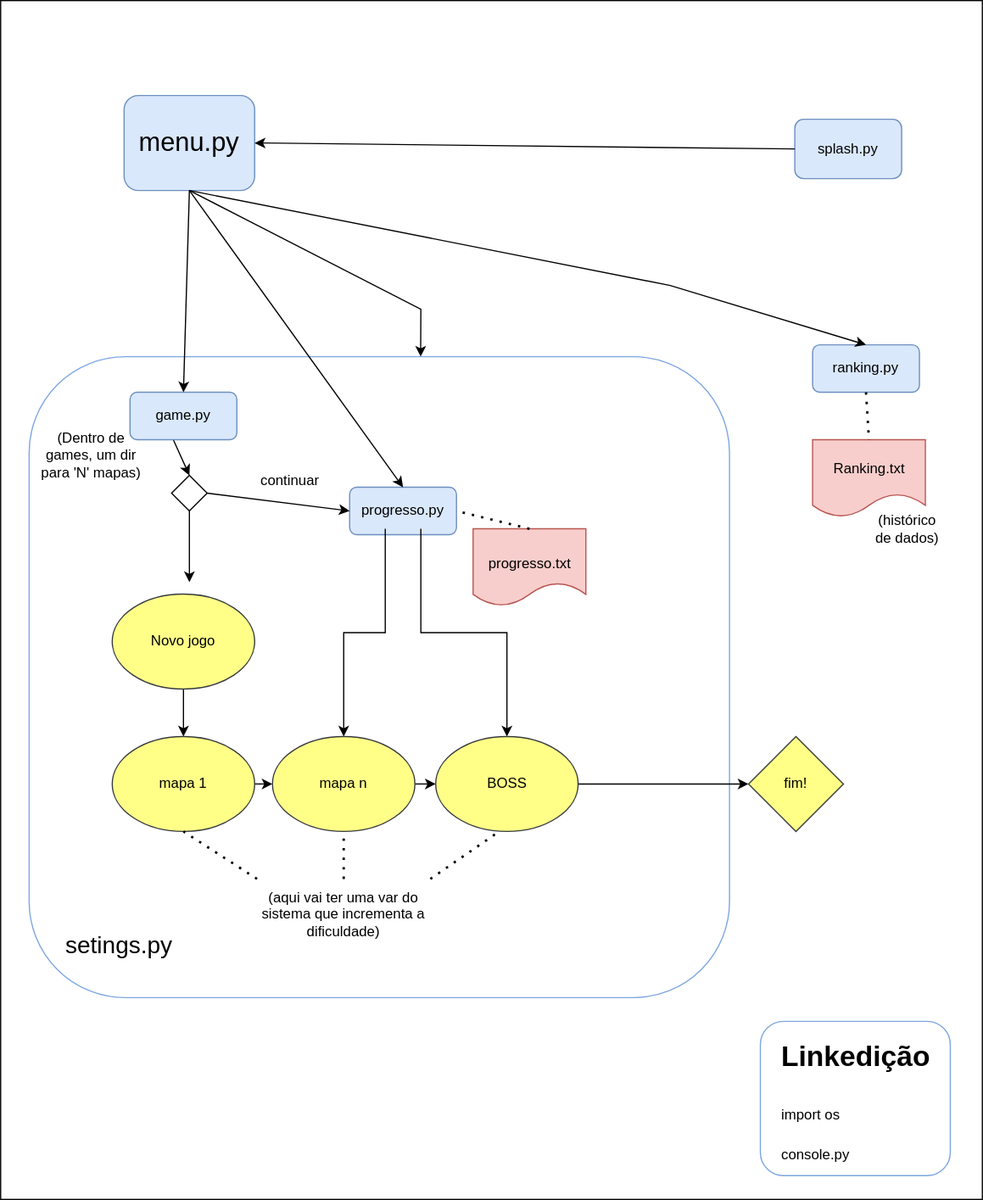
Above: planjamento.drawio.svg in JJ-s-Rouguelike/Campanha (draw.io), before the change. Source tidied: cells renumbered, new cells last; positions are measured from the earlier drawing's top-left corner, leaving out a move shared by most shapes.
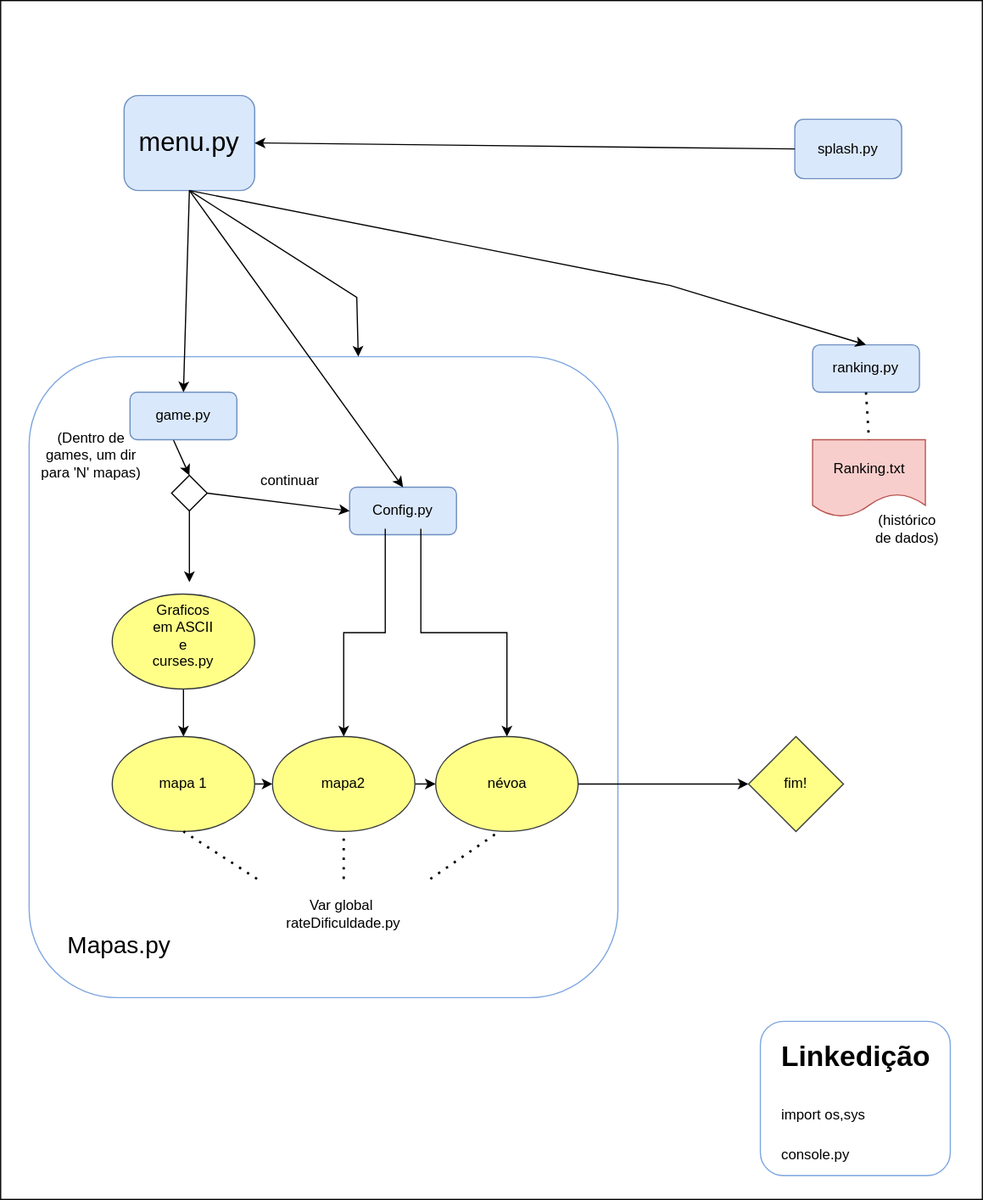
Above is the later version.

Commit message:
Actualizar planjamento

The edit, as a diff of the source:
```diff
@@ -31,19 +31,19 @@
       <mxGeometry x="699" y="295" width="60" height="30" as="geometry" />
     </mxCell>
     <mxCell id="10" style="rounded=1;whiteSpace=wrap;html=1;strokeColor=#7EA6E0;" parent="1" vertex="1">
-      <mxGeometry x="24" y="300" width="590" height="540" as="geometry" />
+      <mxGeometry x="24" y="300" width="496" height="540" as="geometry" />
     </mxCell>
-    <mxCell id="11" value="setings.py" style="text;html=1;strokeColor=none;fillColor=none;align=center;verticalAlign=middle;whiteSpace=wrap;rounded=0;fontSize=20;" parent="1" vertex="1">
+    <mxCell id="11" value="Mapas.py" style="text;html=1;strokeColor=none;fillColor=none;align=center;verticalAlign=middle;whiteSpace=wrap;rounded=0;fontSize=20;" parent="1" vertex="1">
       <mxGeometry x="70" y="780" width="60" height="30" as="geometry" />
     </mxCell>
     <mxCell id="12" style="endArrow=classic;html=1;rounded=0;exitX=0.5;exitY=1;exitDx=0;exitDy=0;entryX=0.559;entryY=0;entryDx=0;entryDy=0;entryPerimeter=0;" parent="1" edge="1" source="3" target="10">
       <mxGeometry relative="1" as="geometry">
         <Array as="points">
-          <mxPoint x="354" y="260" />
+          <mxPoint x="300" y="250" />
         </Array>
       </mxGeometry>
     </mxCell>
-    <mxCell id="13" value="(aqui vai ter uma var do sistema que incrementa a dificuldade)" style="text;html=1;strokeColor=none;fillColor=none;align=center;verticalAlign=middle;whiteSpace=wrap;rounded=0;" parent="1" vertex="1">
+    <mxCell id="13" value="Var global&amp;nbsp; rateDificuldade.py" style="text;html=1;strokeColor=none;fillColor=none;align=center;verticalAlign=middle;whiteSpace=wrap;rounded=0;" parent="1" vertex="1">
       <mxGeometry x="216" y="740" width="146" height="60" as="geometry" />
     </mxCell>
     <mxCell id="14" value="(Dentro de games, um dir para 'N' mapas)" style="text;html=1;strokeColor=none;fillColor=none;align=center;verticalAlign=middle;whiteSpace=wrap;rounded=0;" parent="1" vertex="1">
@@ -58,7 +58,7 @@
     <mxCell id="17" style="edgeStyle=orthogonalEdgeStyle;rounded=0;jettySize=auto;html=1;exitX=0.75;exitY=1;exitDx=0;exitDy=0;" parent="1" edge="1" source="18" target="43">
       <mxGeometry relative="1" as="geometry" />
     </mxCell>
-    <mxCell id="18" value="progresso.py" style="text;html=1;strokeColor=none;fillColor=none;align=center;verticalAlign=middle;whiteSpace=wrap;rounded=0;" parent="1" vertex="1">
+    <mxCell id="18" value="Config.py" style="text;html=1;strokeColor=none;fillColor=none;align=center;verticalAlign=middle;whiteSpace=wrap;rounded=0;" parent="1" vertex="1">
       <mxGeometry x="309" y="415" width="60" height="30" as="geometry" />
     </mxCell>
     <mxCell id="19" style="endArrow=classic;html=1;rounded=0;entryX=0.5;entryY=0;entryDx=0;entryDy=0;exitX=0.5;exitY=1;exitDx=0;exitDy=0;" parent="1" edge="1" source="3" target="15">
@@ -84,7 +84,7 @@
     <mxCell id="25" style="rounded=1;whiteSpace=wrap;html=1;strokeColor=#7EA6E0;" parent="1" vertex="1">
       <mxGeometry x="640" y="860" width="160" height="130" as="geometry" />
     </mxCell>
-    <mxCell id="26" value="&lt;h1&gt;&lt;span style=&quot;background-color: initial;&quot;&gt;Linkedição&lt;/span&gt;&lt;/h1&gt;&lt;h1&gt;&lt;span style=&quot;font-size: 12px; font-weight: 400;&quot;&gt;import os&lt;/span&gt;&lt;/h1&gt;&lt;div&gt;&lt;span style=&quot;font-size: 12px; font-weight: 400;&quot;&gt;console.py&lt;/span&gt;&lt;/div&gt;" style="text;html=1;strokeColor=none;fillColor=none;spacing=5;spacingTop=-20;whiteSpace=wrap;overflow=hidden;rounded=0;" parent="1" vertex="1">
+    <mxCell id="26" value="&lt;h1&gt;&lt;span style=&quot;background-color: initial;&quot;&gt;Linkedição&lt;/span&gt;&lt;/h1&gt;&lt;h1&gt;&lt;span style=&quot;font-size: 12px; font-weight: 400;&quot;&gt;import os,sys&lt;/span&gt;&lt;/h1&gt;&lt;div&gt;&lt;span style=&quot;font-size: 12px; font-weight: 400;&quot;&gt;console.py&lt;/span&gt;&lt;/div&gt;" style="text;html=1;strokeColor=none;fillColor=none;spacing=5;spacingTop=-20;whiteSpace=wrap;overflow=hidden;rounded=0;" parent="1" vertex="1">
       <mxGeometry x="652.5" y="870" width="135" height="110" as="geometry" />
     </mxCell>
     <mxCell id="27" style="endArrow=classic;html=1;rounded=0;exitX=0;exitY=0.5;exitDx=0;exitDy=0;entryX=1;entryY=0.5;entryDx=0;entryDy=0;" parent="1" edge="1" target="3">
@@ -113,18 +113,9 @@
     <mxCell id="33" style="ellipse;whiteSpace=wrap;html=1;fillColor=#ffff88;strokeColor=#36393d;" parent="1" vertex="1">
       <mxGeometry x="94" y="500" width="120" height="80" as="geometry" />
     </mxCell>
-    <mxCell id="34" value="Novo jogo" style="text;html=1;strokeColor=none;fillColor=none;align=center;verticalAlign=middle;whiteSpace=wrap;rounded=0;" parent="1" vertex="1">
-      <mxGeometry x="124" y="525" width="60" height="30" as="geometry" />
+    <mxCell id="34" value="Graficos em ASCII e curses.py" style="text;html=1;strokeColor=none;fillColor=none;align=center;verticalAlign=middle;whiteSpace=wrap;rounded=0;" parent="1" vertex="1">
+      <mxGeometry x="124" y="520" width="60" height="30" as="geometry" />
     </mxCell>
-    <mxCell id="35" style="shape=document;whiteSpace=wrap;html=1;boundedLbl=1;fillColor=#f8cecc;strokeColor=#b85450;" parent="1" vertex="1">
-      <mxGeometry x="398" y="445" width="95" height="65" as="geometry" />
-    </mxCell>
-    <mxCell id="36" style="endArrow=none;dashed=1;html=1;dashPattern=1 3;strokeWidth=2;rounded=0;exitX=0.5;exitY=0;exitDx=0;exitDy=0;entryX=1;entryY=0.5;entryDx=0;entryDy=0;" parent="1" edge="1" source="35" target="15">
-      <mxGeometry relative="1" as="geometry" />
-    </mxCell>
-    <mxCell id="37" value="progresso.txt" style="text;html=1;strokeColor=none;fillColor=none;align=center;verticalAlign=middle;whiteSpace=wrap;rounded=0;" parent="1" vertex="1">
-      <mxGeometry x="415.5" y="460" width="60" height="30" as="geometry" />
-    </mxCell>
     <mxCell id="38" style="edgeStyle=orthogonalEdgeStyle;rounded=0;jettySize=auto;html=1;exitX=1;exitY=0.5;exitDx=0;exitDy=0;entryX=0;entryY=0.5;entryDx=0;entryDy=0;" parent="1" edge="1" source="39" target="41">
       <mxGeometry relative="1" as="geometry" />
     </mxCell>
@@ -134,13 +125,13 @@
     <mxCell id="40" style="edgeStyle=orthogonalEdgeStyle;rounded=0;jettySize=auto;html=1;exitX=1;exitY=0.5;exitDx=0;exitDy=0;entryX=0;entryY=0.5;entryDx=0;entryDy=0;" parent="1" edge="1" source="41" target="43">
       <mxGeometry relative="1" as="geometry" />
     </mxCell>
-    <mxCell id="41" value="mapa n" style="ellipse;whiteSpace=wrap;html=1;fillColor=#ffff88;strokeColor=#36393d;" parent="1" vertex="1">
+    <mxCell id="41" value="mapa2" style="ellipse;whiteSpace=wrap;html=1;fillColor=#ffff88;strokeColor=#36393d;" parent="1" vertex="1">
       <mxGeometry x="229" y="620" width="120" height="80" as="geometry" />
     </mxCell>
     <mxCell id="42" style="edgeStyle=orthogonalEdgeStyle;rounded=0;jettySize=auto;html=1;exitX=1;exitY=0.5;exitDx=0;exitDy=0;entryX=0;entryY=0.5;entryDx=0;entryDy=0;" parent="1" edge="1" source="43" target="47">
       <mxGeometry relative="1" as="geometry" />
     </mxCell>
-    <mxCell id="43" value="BOSS" style="ellipse;whiteSpace=wrap;html=1;fillColor=#ffff88;strokeColor=#36393d;" parent="1" vertex="1">
+    <mxCell id="43" value="névoa" style="ellipse;whiteSpace=wrap;html=1;fillColor=#ffff88;strokeColor=#36393d;" parent="1" vertex="1">
       <mxGeometry x="366.5" y="620" width="120" height="80" as="geometry" />
     </mxCell>
     <mxCell id="44" style="rounded=1;whiteSpace=wrap;html=1;fillColor=#dae8fc;strokeColor=#6c8ebf;" parent="1" vertex="1">
```
